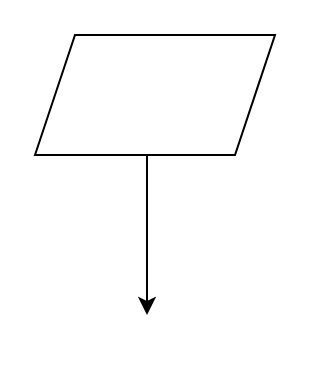
LimitQueenProject/FlowchartDDP keeps this draw.io diagram as Diagram Tanpa Judul.drawio. Above is the earlier version. Source tidied: cells renumbered, new cells numbered last; positions are measured from the earlier drawing's top-left corner, leaving out a move shared by most shapes. Both pictures are drawn from the tidied source at 200%, with x=0, y=0 at pixel (34, 34).
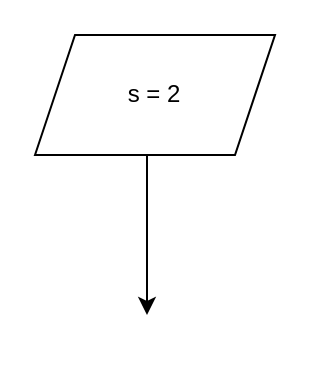
Above is the later version.

Diff of the diagram source:
```diff
@@
 <mxGraphModel>
   <root>
     <mxCell id="0" />
     <mxCell id="1" parent="0" />
-    <mxCell id="2" style="shape=parallelogram;perimeter=parallelogramPerimeter;whiteSpace=wrap;html=1;fixedSize=1;" parent="1" vertex="1">
+    <mxCell id="2" value="s = 2" style="shape=parallelogram;perimeter=parallelogramPerimeter;whiteSpace=wrap;html=1;fixedSize=1;" parent="1" vertex="1">
       <mxGeometry width="120" height="60" as="geometry" />
     </mxCell>
     <mxCell id="3" style="endArrow=classic;html=1;rounded=0;" parent="1" edge="1">
       <mxGeometry relative="1" as="geometry">
         <mxPoint x="56" y="60" as="sourcePoint" />
         <mxPoint x="56" y="140" as="targetPoint" />
       </mxGeometry>
     </mxCell>
   </root>
 </mxGraphModel>
```
